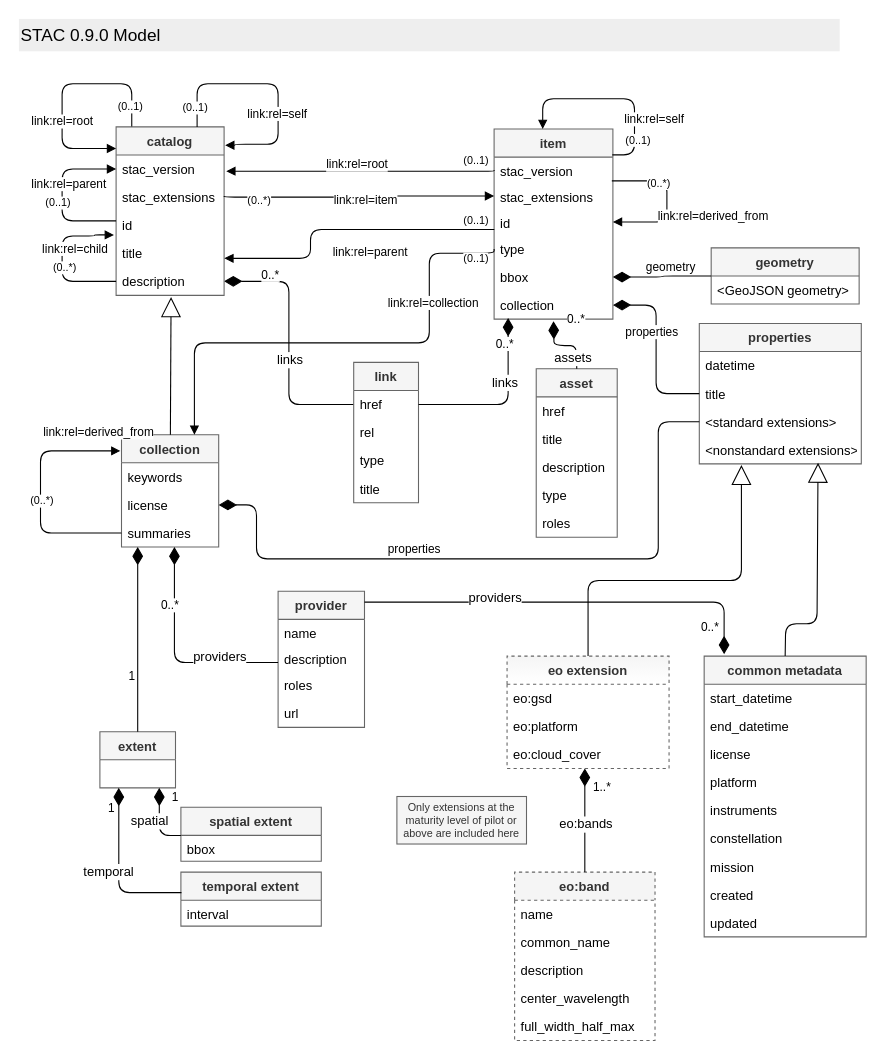
Before: STAC-UML.drawio in radiantearth/stac-spec, a draw.io diagram. Source tidied: cells renumbered, new cells numbered last; positions are measured from the earlier drawing's top-left corner, leaving out a move shared by most shapes. Both pictures are drawn from the tidied source at 108%, with x=0, y=0 at pixel (18, 18).
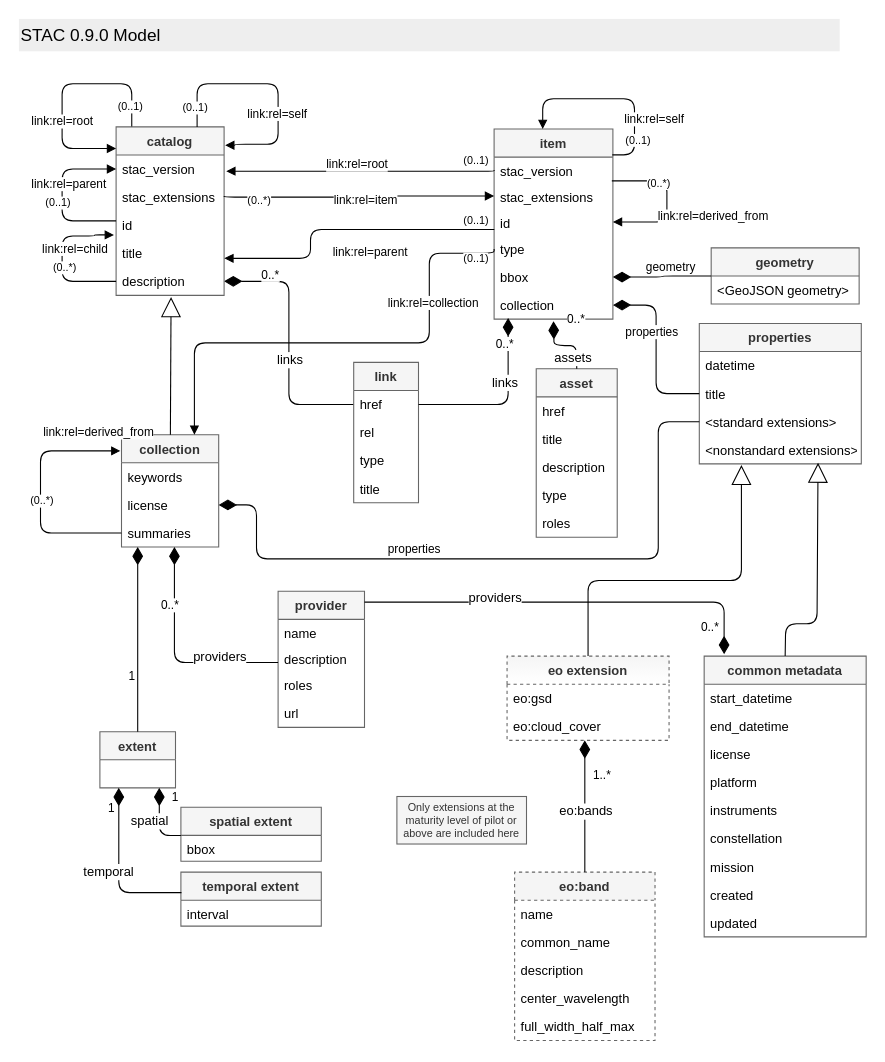
Above is the later version.

Commit message (it also covers changes not shown here):
update to remove eo:platform, as platform is in common

What changed in the source:
```diff
@@
     <mxCell id="58" value="eo extension" style="swimlane;fontStyle=1;horizontal=1;startSize=26;fillColor=#f5f5f5;strokeColor=#666666;fontColor=#333333;spacing=2;gradientColor=#ffffff;dashed=1;" parent="1" vertex="1">
-      <mxGeometry x="452" y="590" width="150" height="104" as="geometry" />
+      <mxGeometry x="452" y="590" width="150" height="78" as="geometry" />
     </mxCell>
@@
-    <mxCell id="60" value="eo:platform" style="text;strokeColor=none;fillColor=none;align=left;verticalAlign=top;spacingLeft=4;spacingRight=4;overflow=hidden;spacing=2;" parent="58" vertex="1">
-      <mxGeometry y="52" width="150" height="26" as="geometry" />
-    </mxCell>
     <mxCell id="61" value="eo:cloud_cover" style="text;strokeColor=none;fillColor=none;align=left;verticalAlign=top;spacingLeft=4;spacingRight=4;overflow=hidden;points=[[0,0.5],[1,0.5]];portConstraint=eastwest;" parent="58" vertex="1">
-      <mxGeometry y="78" width="150" height="26" as="geometry" />
+      <mxGeometry y="52" width="150" height="26" as="geometry" />
     </mxCell>
```
